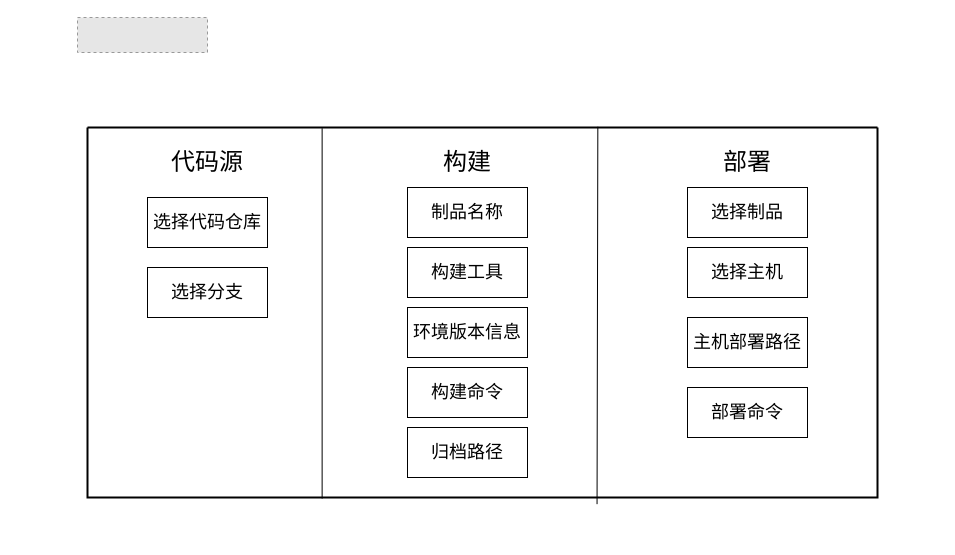
Earlier version of the draw.io diagram page "Gitness流水线" (16 of 16) of 发布中心.drawio (GorgeousU/draw.io). Source tidied: cells renumbered, new cells numbered last; positions are measured from the earlier drawing's top-left corner, leaving out a move shared by most shapes. Both pictures are drawn from the tidied source at 100%, with x=0, y=0 at pixel (77, 17). Pictures stored in the file or linked from it are replaced by grey dashed boxes.
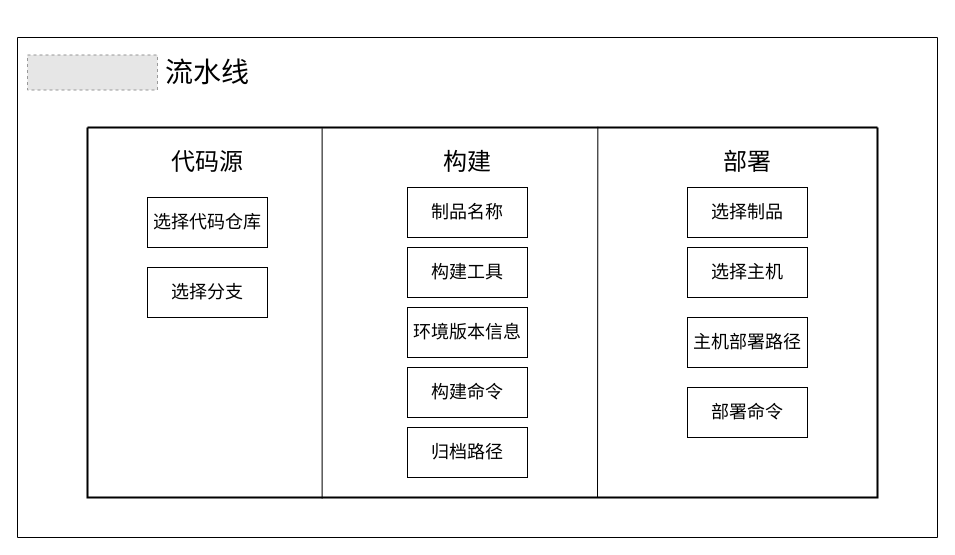
Above is the later version.

Commit message (it also covers changes not shown here):
更新发布中心.drawio

The change refers to these unchanged cells:
```xml
<mxCell id="2" style="swimlane;startSize=0;strokeWidth=2;" parent="1" vertex="1">
  <mxGeometry x="10" y="110" width="790" height="370" as="geometry" />
</mxCell>
```

The edit, as a diff of the source:
```diff
@@
+    <mxCell id="19" style="endArrow=none;html=1;rounded=0;entryX=0.646;entryY=-0.002;entryDx=0;entryDy=0;entryPerimeter=0;" parent="1" edge="1" target="2">
+      <mxGeometry relative="1" as="geometry">
+        <mxPoint x="520" y="480" as="sourcePoint" />
+      </mxGeometry>
+    </mxCell>
+    <mxCell id="20" style="swimlane;startSize=0;" parent="1" vertex="1">
+      <mxGeometry x="-60" y="20" width="920" height="500" as="geometry" />
+    </mxCell>
+    <mxCell id="21" value="&lt;font style=&quot;font-size: 28px;&quot;&gt;流水线&lt;/font&gt;" style="text;html=1;align=center;verticalAlign=middle;whiteSpace=wrap;rounded=0;" parent="20" vertex="1">
+      <mxGeometry x="130" y="20" width="120" height="30" as="geometry" />
+    </mxCell>
-    <mxCell id="18" style="fillColor=#E6E6E6;strokeColor=#999999;dashed=1;verticalLabelPosition=bottom;verticalAlign=top;" parent="1" vertex="1">
-      <mxGeometry width="130" height="35" as="geometry" />
+    <mxCell id="18" style="fillColor=#E6E6E6;strokeColor=#999999;dashed=1;verticalLabelPosition=bottom;verticalAlign=top;" parent="20" vertex="1">
+      <mxGeometry x="10" y="17.5" width="130" height="35" as="geometry" />
     </mxCell>
-    <mxCell id="19" style="endArrow=none;html=1;rounded=0;entryX=0.646;entryY=-0.002;entryDx=0;entryDy=0;entryPerimeter=0;exitX=0.645;exitY=1.018;exitDx=0;exitDy=0;exitPerimeter=0;" parent="1" edge="1" source="2" target="2">
-      <mxGeometry relative="1" as="geometry" />
-    </mxCell>
```
